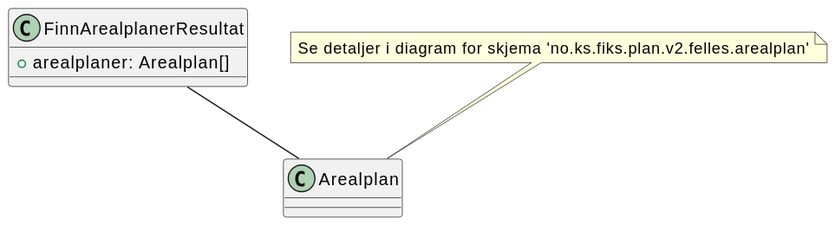
This is Dokumentasjon/V2/ClassDiagrams/no.ks.fiks.plan.v2.innsyn.arealplaner.finn.resultat/arealplaner-finn-resultat.svg from ks-no/fiks-plan-specification, a PlantUML export, as it was before one commit. Its diagram source:
```plantuml
@startuml
class FinnArealplanerResultat {
    +arealplaner: Arealplan[]
}

FinnArealplanerResultat -- Arealplan

note top of Arealplan : Se detaljer i diagram for skjema 'no.ks.fiks.plan.v2.felles.arealplan'
@enduml
```
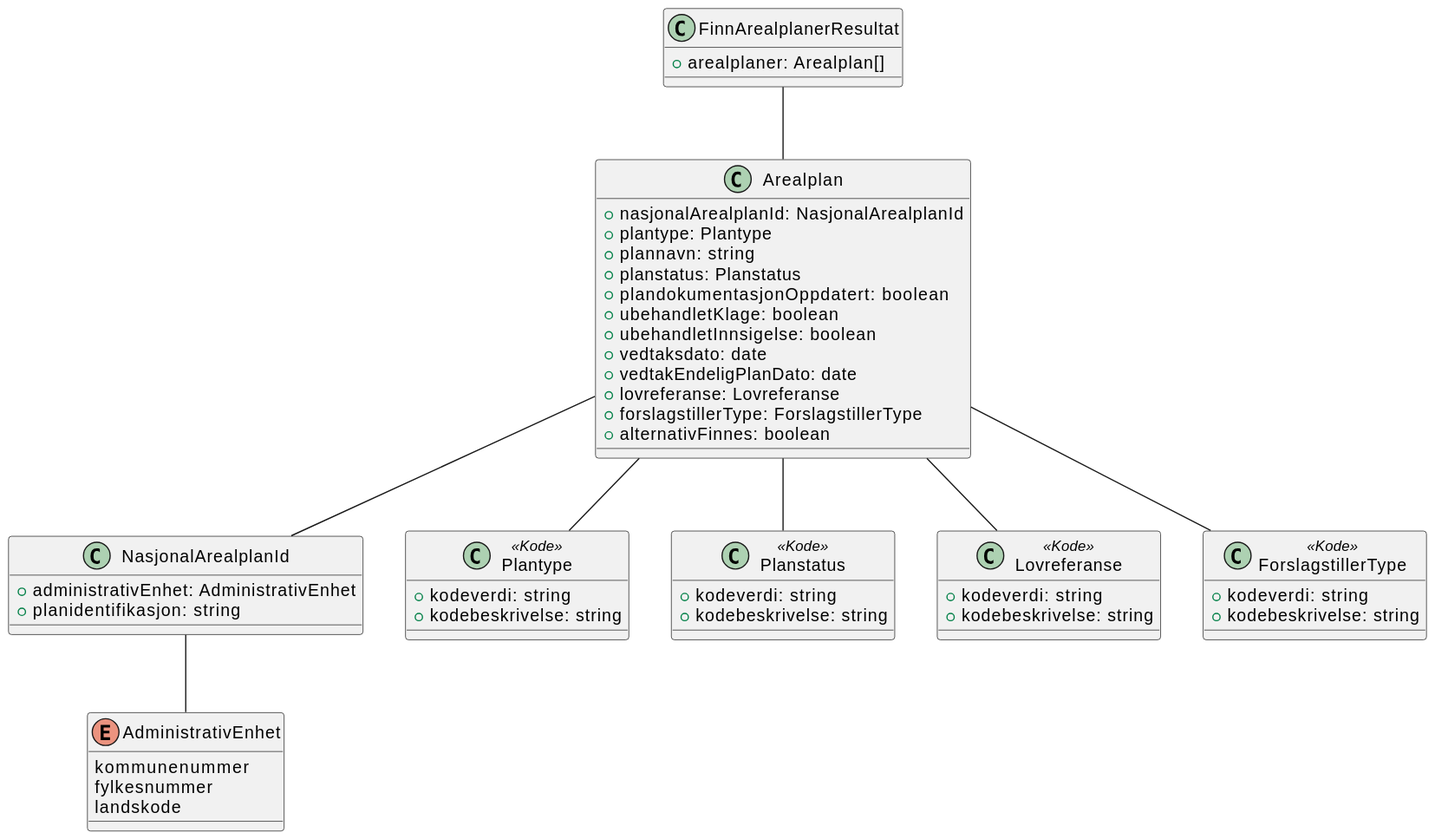
After the commit.

The edit, as a diff of the source:
```diff
@@ -1,9 +1,9 @@
 @startuml
+!include ./../no.ks.fiks.plan.v2.felles.arealplan/arealplan.pu
+
 class FinnArealplanerResultat {
     +arealplaner: Arealplan[]
 }
 
 FinnArealplanerResultat -- Arealplan
-
-note top of Arealplan : Se detaljer i diagram for skjema 'no.ks.fiks.plan.v2.felles.arealplan'
 @enduml
```
